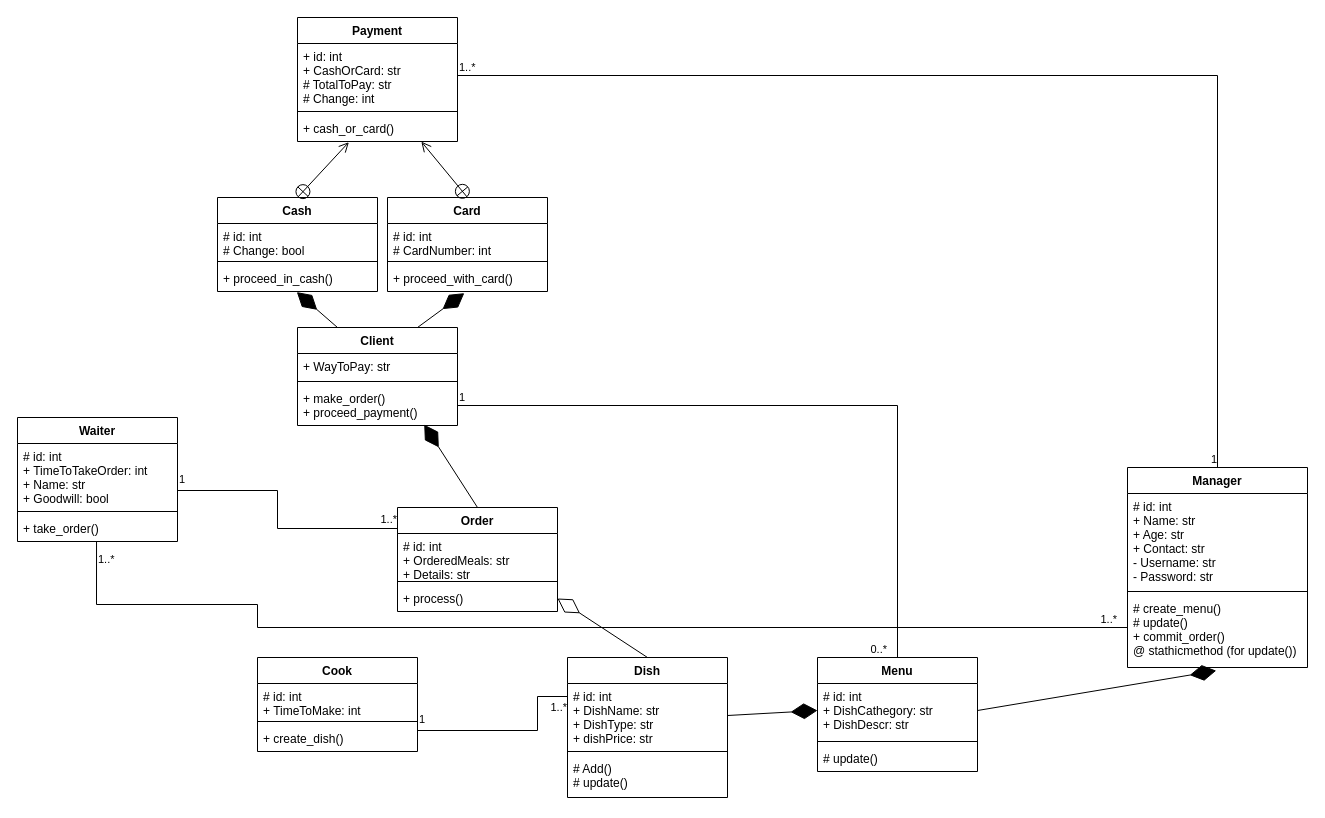
Earlier version of the draw.io diagram Untitled Diagram.drawio (Ruslan-Sh-sudo/UML_diagram). Source tidied: cells renumbered, new cells numbered last; positions are measured from the earlier drawing's top-left corner, leaving out a move shared by most shapes. Both pictures are drawn from the tidied source at 100%, with x=0, y=0 at pixel (17, 17).
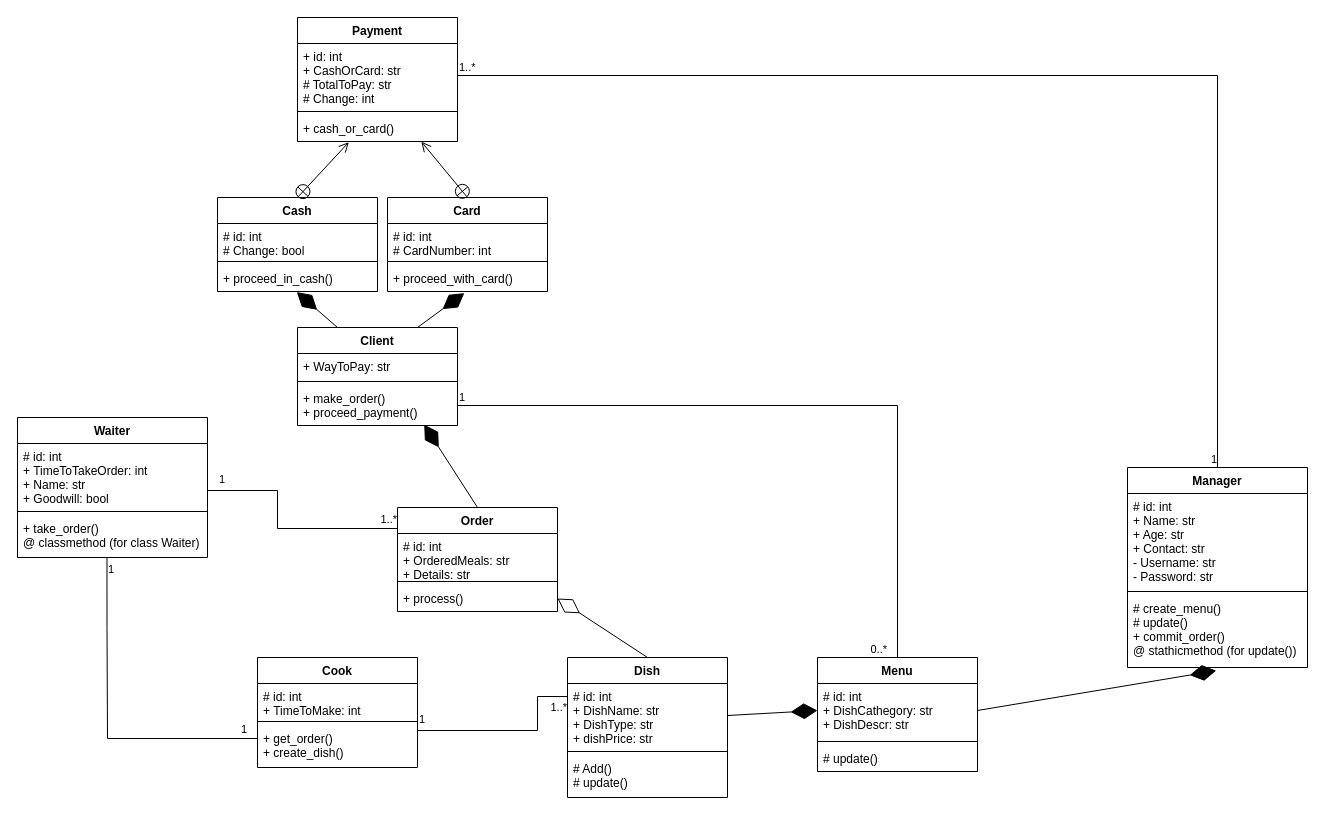
The same diagram, later.

Unchanged cells that the change refers to:
```xml
<mxCell id="28" value="# create_menu()&#10;# update()&#10;+ commit_order()&#10;@ stathicmethod (for update())" style="text;strokeColor=none;fillColor=none;align=left;verticalAlign=top;spacingLeft=4;spacingRight=4;overflow=hidden;points=[[0,0.5],[1,0.5]];portConstraint=eastwest;" parent="25" vertex="1">
  <mxGeometry y="128" width="180" height="72" as="geometry" />
</mxCell>
<mxCell id="37" style="endArrow=none;html=1;edgeStyle=orthogonalEdgeStyle;rounded=0;exitX=1;exitY=0.5;exitDx=0;exitDy=0;entryX=0;entryY=0.5;entryDx=0;entryDy=0;" parent="1" edge="1" source="36" target="7">
  <mxGeometry relative="1" as="geometry">
    <Array as="points">
      <mxPoint x="520" y="713" />
      <mxPoint x="520" y="679" />
    </Array>
  </mxGeometry>
</mxCell>
<mxCell id="59" style="endArrow=none;html=1;edgeStyle=orthogonalEdgeStyle;rounded=0;entryX=0;entryY=0.25;entryDx=0;entryDy=0;exitX=1;exitY=0.5;exitDx=0;exitDy=0;" parent="1" edge="1" source="57" target="49">
  <mxGeometry relative="1" as="geometry">
    <Array as="points">
      <mxPoint x="260" y="473" />
      <mxPoint x="260" y="511" />
    </Array>
  </mxGeometry>
</mxCell>
```

The edit, as a diff of the source:
```diff
@@
     <mxCell id="33" value="Cook" style="swimlane;fontStyle=1;align=center;verticalAlign=top;horizontal=1;startSize=26;" parent="1" vertex="1">
-      <mxGeometry x="240" y="640" width="160" height="94" as="geometry" />
+      <mxGeometry x="240" y="640" width="160" height="110" as="geometry" />
     </mxCell>
@@
-    <mxCell id="36" value="+ create_dish()" style="text;strokeColor=none;fillColor=none;align=left;verticalAlign=top;spacingLeft=4;spacingRight=4;overflow=hidden;points=[[0,0.5],[1,0.5]];portConstraint=eastwest;" parent="33" vertex="1">
-      <mxGeometry y="68" width="160" height="26" as="geometry" />
+    <mxCell id="36" value="+ get_order()&#10;+ create_dish()" style="text;strokeColor=none;fillColor=none;align=left;verticalAlign=top;spacingLeft=4;spacingRight=4;overflow=hidden;points=[[0,0.5],[1,0.5]];portConstraint=eastwest;" parent="33" vertex="1">
+      <mxGeometry y="68" width="160" height="42" as="geometry" />
     </mxCell>
@@
     <mxCell id="38" value="1" style="edgeLabel;html=1;align=left;verticalAlign=bottom;" parent="37" vertex="1">
       <mxGeometry x="-1" relative="1" as="geometry">
-        <mxPoint y="-11" as="offset" />
+        <mxPoint y="-19" as="offset" />
       </mxGeometry>
     </mxCell>
@@
     <mxCell id="54" value="Waiter" style="swimlane;fontStyle=1;align=center;verticalAlign=top;horizontal=1;startSize=26;" parent="1" vertex="1">
-      <mxGeometry y="400" width="160" height="124" as="geometry" />
+      <mxGeometry y="400" width="190" height="140" as="geometry" />
     </mxCell>
     <mxCell id="55" value="# id: int&#10;+ TimeToTakeOrder: int&#10;+ Name: str&#10;+ Goodwill: bool" style="text;strokeColor=none;fillColor=none;align=left;verticalAlign=top;spacingLeft=4;spacingRight=4;overflow=hidden;" parent="54" vertex="1">
-      <mxGeometry y="26" width="160" height="64" as="geometry" />
+      <mxGeometry y="26" width="190" height="64" as="geometry" />
     </mxCell>
     <mxCell id="56" style="line;strokeWidth=1;fillColor=none;align=left;verticalAlign=middle;spacingTop=-1;spacingLeft=3;spacingRight=3;labelPosition=right;" parent="54" vertex="1">
-      <mxGeometry y="90" width="160" height="8" as="geometry" />
+      <mxGeometry y="90" width="190" height="8" as="geometry" />
     </mxCell>
-    <mxCell id="57" value="+ take_order()" style="text;strokeColor=none;fillColor=none;align=left;verticalAlign=top;spacingLeft=4;spacingRight=4;overflow=hidden;points=[[0,0.5],[1,0.5]];portConstraint=eastwest;" parent="54" vertex="1">
-      <mxGeometry y="98" width="160" height="26" as="geometry" />
+    <mxCell id="57" value="+ take_order()&#10;@ classmethod (for class Waiter)" style="text;strokeColor=none;fillColor=none;align=left;verticalAlign=top;spacingLeft=4;spacingRight=4;overflow=hidden;points=[[0,0.5],[1,0.5]];portConstraint=eastwest;" parent="54" vertex="1">
+      <mxGeometry y="98" width="190" height="42" as="geometry" />
     </mxCell>
@@
     <mxCell id="60" value="1" style="edgeLabel;html=1;align=left;verticalAlign=bottom;" parent="59" vertex="1">
       <mxGeometry x="-1" relative="1" as="geometry">
-        <mxPoint y="-41" as="offset" />
+        <mxPoint x="10" y="-49" as="offset" />
       </mxGeometry>
     </mxCell>
@@
-    <mxCell id="62" style="endArrow=none;html=1;edgeStyle=orthogonalEdgeStyle;rounded=0;exitX=0.494;exitY=1.008;exitDx=0;exitDy=0;exitPerimeter=0;entryX=0;entryY=0.5;entryDx=0;entryDy=0;" parent="1" edge="1" source="57" target="28">
-      <mxGeometry relative="1" as="geometry">
-        <Array as="points">
-          <mxPoint x="79" y="587" />
-          <mxPoint x="240" y="587" />
-          <mxPoint x="240" y="610" />
-          <mxPoint x="1110" y="610" />
-        </Array>
-      </mxGeometry>
-    </mxCell>
-    <mxCell id="63" value="1..*" style="edgeLabel;html=1;align=left;verticalAlign=bottom;" parent="62" vertex="1">
-      <mxGeometry x="-1" relative="1" as="geometry">
-        <mxPoint y="26" as="offset" />
-      </mxGeometry>
-    </mxCell>
-    <mxCell id="64" value="1..*" style="edgeLabel;html=1;align=right;verticalAlign=bottom;" parent="62" vertex="1">
-      <mxGeometry x="1" relative="1" as="geometry">
-        <mxPoint x="-10" y="-4" as="offset" />
-      </mxGeometry>
-    </mxCell>
+    <mxCell id="65" style="endArrow=none;html=1;edgeStyle=orthogonalEdgeStyle;rounded=0;entryX=0;entryY=0.5;entryDx=0;entryDy=0;exitX=0.471;exitY=1.005;exitDx=0;exitDy=0;exitPerimeter=0;" parent="1" edge="1" source="57" target="36">
+      <mxGeometry relative="1" as="geometry">
+        <Array as="points">
+          <mxPoint x="90" y="610" />
+          <mxPoint x="90" y="721" />
+          <mxPoint x="240" y="721" />
+        </Array>
+      </mxGeometry>
+    </mxCell>
+    <mxCell id="66" value="1" style="edgeLabel;html=1;align=left;verticalAlign=bottom;" parent="65" vertex="1">
+      <mxGeometry x="-1" relative="1" as="geometry">
+        <mxPoint y="20" as="offset" />
+      </mxGeometry>
+    </mxCell>
+    <mxCell id="67" value="1" style="edgeLabel;html=1;align=right;verticalAlign=bottom;" parent="65" vertex="1">
+      <mxGeometry x="1" relative="1" as="geometry">
+        <mxPoint x="-10" y="-9" as="offset" />
+      </mxGeometry>
+    </mxCell>
```
